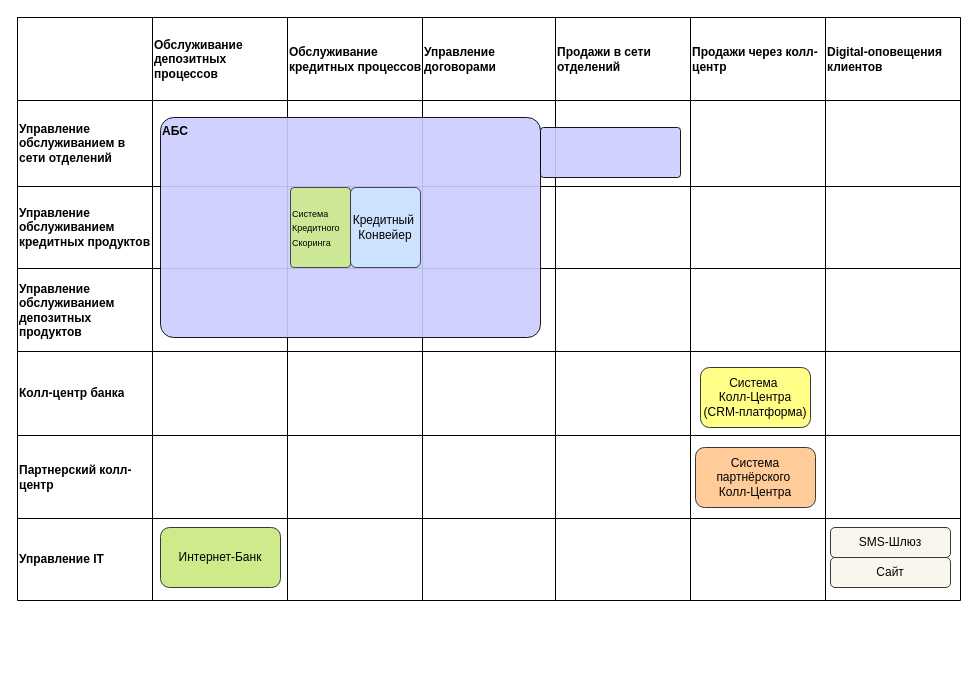
Before: page "Карта Ландшафта" (1 of 4) of it_land_map.drawio in MorKaragh/drawings, a draw.io diagram. Source tidied: cells renumbered, new cells numbered last; positions are measured from the earlier drawing's top-left corner, leaving out a move shared by most shapes. Both pictures are drawn from the tidied source at 100%, with x=0, y=0 at pixel (17, 17).
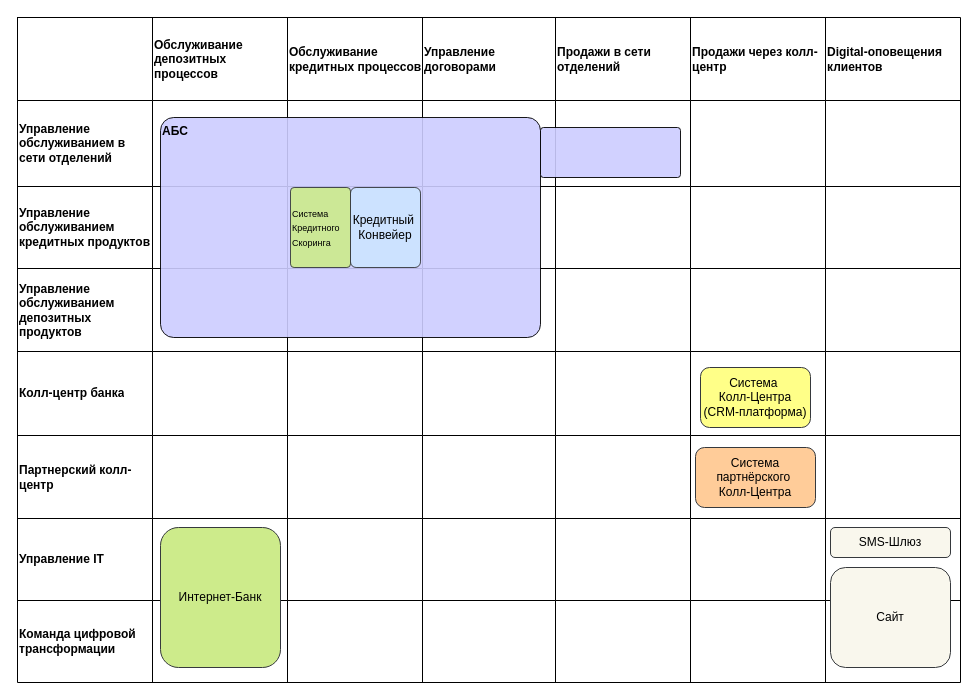
Above is the later version.

Diff of the diagram source:
```diff
@@
     <mxCell id="2" style="shape=table;startSize=0;childLayout=tableLayout;" parent="1" vertex="1">
-      <mxGeometry width="943" height="583" as="geometry" />
+      <mxGeometry width="943" height="665" as="geometry" />
     </mxCell>
@@
+    <mxCell id="68" style="shape=tableRow;horizontal=0;startSize=0;swimlaneHead=0;swimlaneBody=0;strokeColor=inherit;top=0;left=0;bottom=0;right=0;fillColor=none;" parent="2" vertex="1">
+      <mxGeometry y="583" width="943" height="82" as="geometry" />
+    </mxCell>
+    <mxCell id="69" value="Команда цифровой трансформации" style="shape=partialRectangle;html=1;whiteSpace=wrap;strokeColor=inherit;overflow=hidden;fillColor=none;top=0;left=0;bottom=0;right=0;fontStyle=1;align=left;" parent="68" vertex="1">
+      <mxGeometry width="135" height="82" as="geometry" />
+    </mxCell>
+    <mxCell id="70" style="shape=partialRectangle;html=1;whiteSpace=wrap;strokeColor=inherit;overflow=hidden;fillColor=none;top=0;left=0;bottom=0;right=0;" parent="68" vertex="1">
+      <mxGeometry x="135" width="135" height="82" as="geometry" />
+    </mxCell>
+    <mxCell id="71" style="shape=partialRectangle;html=1;whiteSpace=wrap;strokeColor=inherit;overflow=hidden;fillColor=none;top=0;left=0;bottom=0;right=0;" parent="68" vertex="1">
+      <mxGeometry x="270" width="135" height="82" as="geometry" />
+    </mxCell>
+    <mxCell id="72" style="shape=partialRectangle;html=1;whiteSpace=wrap;strokeColor=inherit;overflow=hidden;fillColor=none;top=0;left=0;bottom=0;right=0;" parent="68" vertex="1">
+      <mxGeometry x="405" width="133" height="82" as="geometry" />
+    </mxCell>
+    <mxCell id="73" style="shape=partialRectangle;html=1;whiteSpace=wrap;strokeColor=inherit;overflow=hidden;fillColor=none;top=0;left=0;bottom=0;right=0;" parent="68" vertex="1">
+      <mxGeometry x="538" width="135" height="82" as="geometry" />
+    </mxCell>
+    <mxCell id="74" style="shape=partialRectangle;html=1;whiteSpace=wrap;strokeColor=inherit;overflow=hidden;fillColor=none;top=0;left=0;bottom=0;right=0;" parent="68" vertex="1">
+      <mxGeometry x="673" width="135" height="82" as="geometry" />
+    </mxCell>
+    <mxCell id="75" style="shape=partialRectangle;html=1;whiteSpace=wrap;strokeColor=inherit;overflow=hidden;fillColor=none;top=0;left=0;bottom=0;right=0;" parent="68" vertex="1">
+      <mxGeometry x="808" width="135" height="82" as="geometry" />
+    </mxCell>
@@
     <mxCell id="60" value="Интернет-Банк" style="rounded=1;whiteSpace=wrap;html=1;fillColor=#cdeb8b;strokeColor=#36393d;" parent="1" vertex="1">
-      <mxGeometry x="143" y="510" width="120" height="60" as="geometry" />
+      <mxGeometry x="143" y="510" width="120" height="140" as="geometry" />
     </mxCell>
@@
     <mxCell id="63" value="Сайт" style="rounded=1;whiteSpace=wrap;html=1;fillColor=#f9f7ed;strokeColor=#36393d;" parent="1" vertex="1">
-      <mxGeometry x="813" y="540" width="120" height="30" as="geometry" />
+      <mxGeometry x="813" y="550" width="120" height="100" as="geometry" />
     </mxCell>
```
